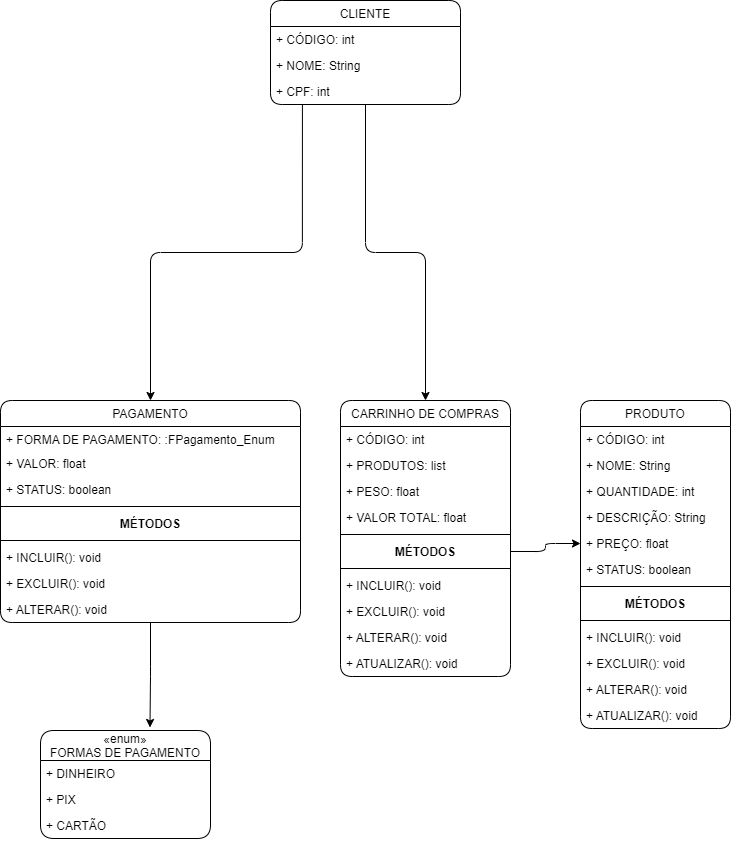
Before: Untitled Diagram.drawio.png, a diagram exported from draw.io (joao100101/Engenharia-De-Software). Source tidied: cells renumbered, new cells last; positions are measured from the earlier drawing's top-left corner, leaving out a move shared by most shapes.
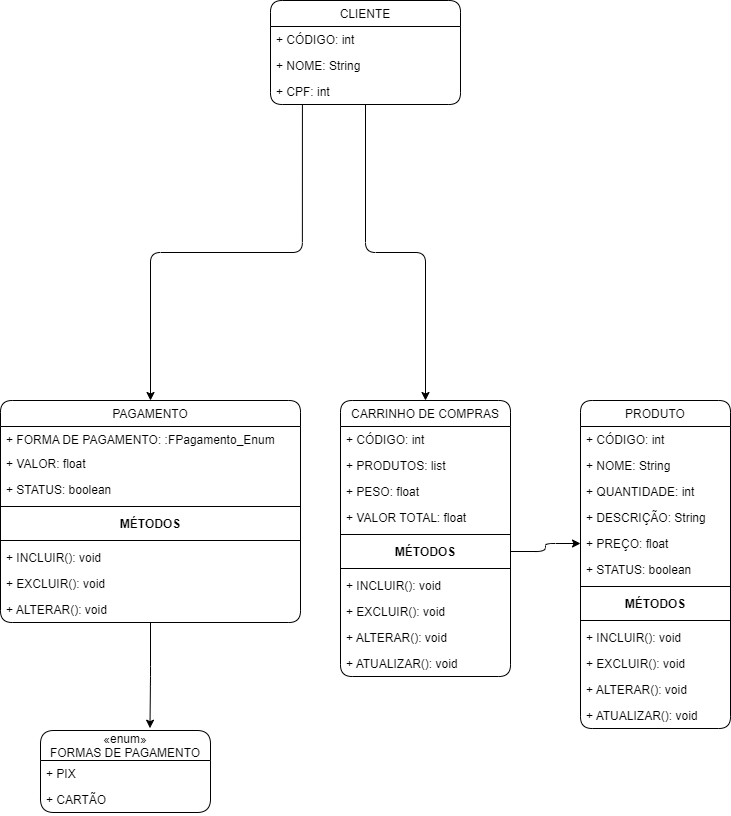
The same diagram one commit later.

Commit message:
Atualizado pagamento

Diff of the diagram source:
```diff
@@ -132,16 +132,13 @@
       <mxGeometry y="196" width="300" height="26" as="geometry" />
     </mxCell>
     <mxCell id="45" value="«enum»&#10;FORMAS DE PAGAMENTO" style="swimlane;fontStyle=0;horizontal=1;startSize=30;fillColor=none;rounded=1;" parent="1" vertex="1">
-      <mxGeometry x="40" y="730" width="170" height="108" as="geometry" />
+      <mxGeometry x="40" y="730" width="170" height="82" as="geometry" />
     </mxCell>
-    <mxCell id="46" value="+ DINHEIRO" style="text;strokeColor=none;fillColor=none;align=left;verticalAlign=top;spacingLeft=4;spacingRight=4;overflow=hidden;rounded=1;" parent="45" vertex="1">
-      <mxGeometry y="30" width="170" height="26" as="geometry" />
-    </mxCell>
     <mxCell id="47" value="+ PIX" style="text;strokeColor=none;fillColor=none;align=left;verticalAlign=top;spacingLeft=4;spacingRight=4;overflow=hidden;rounded=1;" parent="45" vertex="1">
-      <mxGeometry y="56" width="170" height="26" as="geometry" />
+      <mxGeometry y="30" width="170" height="26" as="geometry" />
     </mxCell>
     <mxCell id="48" value="+ CARTÃO" style="text;strokeColor=none;fillColor=none;align=left;verticalAlign=top;spacingLeft=4;spacingRight=4;overflow=hidden;rounded=1;" parent="45" vertex="1">
-      <mxGeometry y="82" width="170" height="26" as="geometry" />
+      <mxGeometry y="56" width="170" height="26" as="geometry" />
     </mxCell>
     <mxCell id="49" style="edgeStyle=orthogonalEdgeStyle;rounded=1;jettySize=auto;html=1;entryX=0;entryY=0.5;entryDx=0;entryDy=0;" parent="1" edge="1" source="28" target="13">
       <mxGeometry relative="1" as="geometry" />
```
